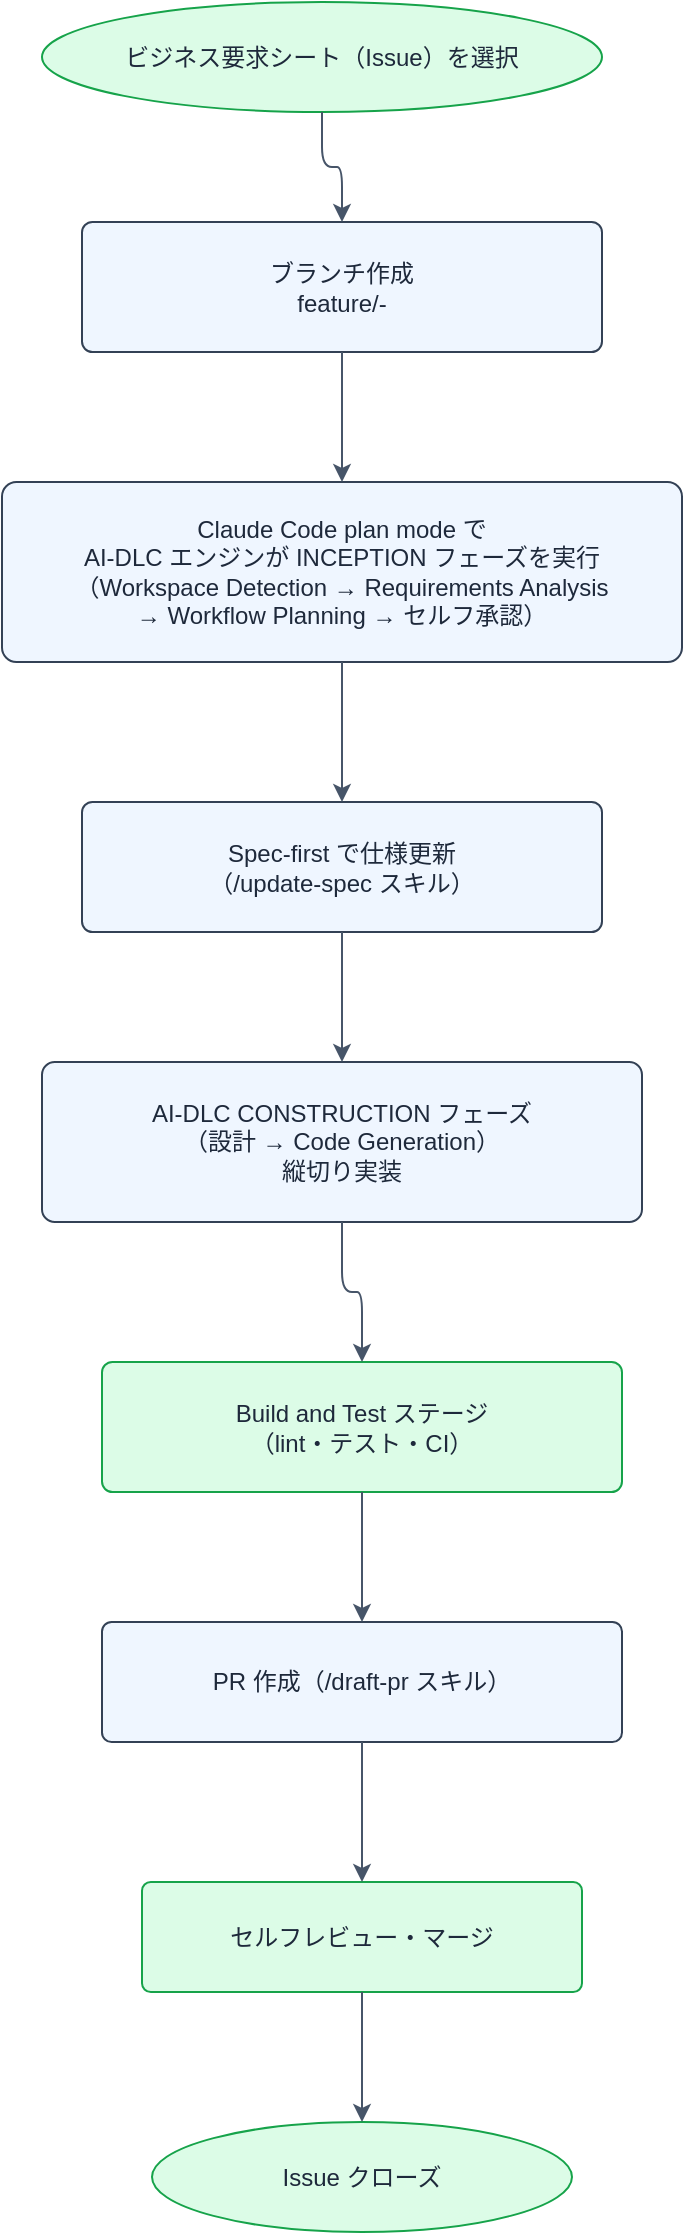
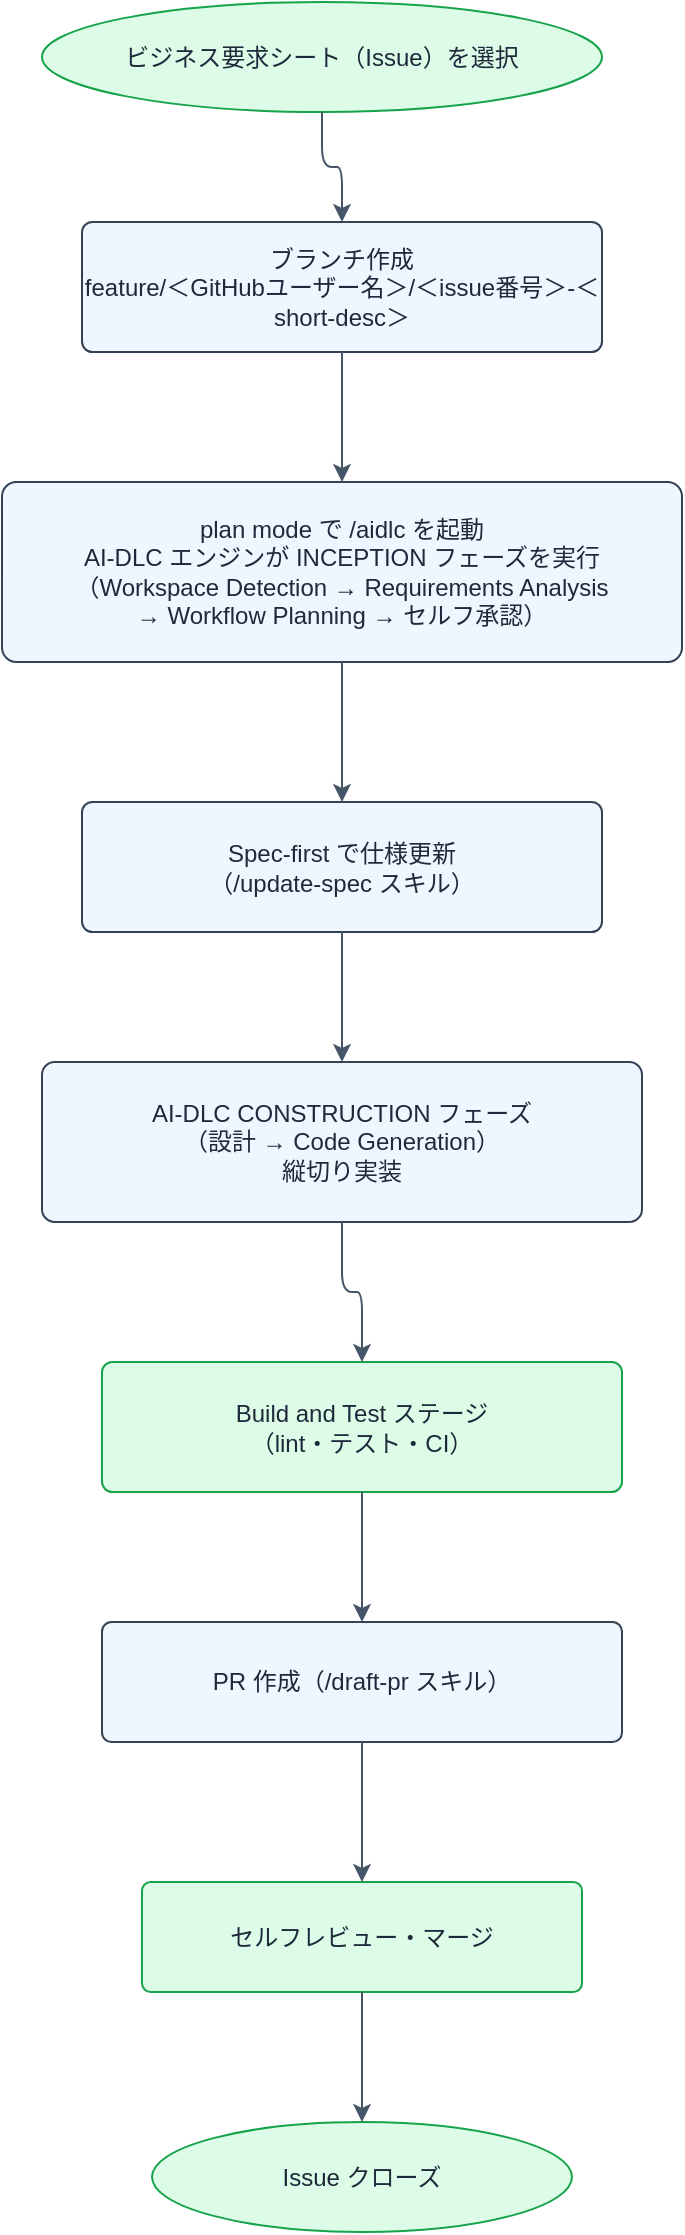
<?xml version="1.0" encoding="UTF-8"?>
<mxfile host="drawio" version="26.0.0">
  <diagram name="標準開発フロー">
    <mxGraphModel>
      <root>
        <mxCell id="0" />
        <mxCell id="1" parent="0" />
        <!-- A: ビジネス要求シート（Issue）を選択 -->
        <mxCell id="2" value="ビジネス要求シート（Issue）を選択" style="ellipse;whiteSpace=wrap;html=1;fillColor=#DCFCE7;strokeColor=#16A34A;fontColor=#1E293B;" vertex="1" parent="1">
          <mxGeometry x="240" y="20" width="280" height="55" as="geometry" />
        </mxCell>
        <!-- B: ブランチ作成 -->
-         <mxCell id="3" value="ブランチ作成&#xa;feature/&lt;issue番号&gt;-&lt;short-desc&gt;" style="rounded=1;whiteSpace=wrap;html=1;fillColor=#EFF6FF;strokeColor=#334155;fontColor=#1E293B;arcSize=8;" vertex="1" parent="1">
+         <mxCell id="3" value="ブランチ作成&#xa;feature/＜GitHubユーザー名＞/＜issue番号＞-＜short-desc＞" style="rounded=1;whiteSpace=wrap;html=1;fillColor=#EFF6FF;strokeColor=#334155;fontColor=#1E293B;arcSize=8;" vertex="1" parent="1">
          <mxGeometry x="260" y="130" width="260" height="65" as="geometry" />
        </mxCell>
        <!-- C: AI-DLC INCEPTION -->
-         <mxCell id="4" value="Claude Code plan mode で&#xa;AI-DLC エンジンが INCEPTION フェーズを実行&#xa;（Workspace Detection → Requirements Analysis&#xa;→ Workflow Planning → セルフ承認）" style="rounded=1;whiteSpace=wrap;html=1;fillColor=#EFF6FF;strokeColor=#334155;fontColor=#1E293B;arcSize=8;" vertex="1" parent="1">
+         <mxCell id="4" value="plan mode で /aidlc を起動&#xa;AI-DLC エンジンが INCEPTION フェーズを実行&#xa;（Workspace Detection → Requirements Analysis&#xa;→ Workflow Planning → セルフ承認）" style="rounded=1;whiteSpace=wrap;html=1;fillColor=#EFF6FF;strokeColor=#334155;fontColor=#1E293B;arcSize=8;" vertex="1" parent="1">
          <mxGeometry x="220" y="260" width="340" height="90" as="geometry" />
        </mxCell>
        <!-- D: Spec-first で仕様更新 -->
        <mxCell id="6" value="Spec-first で仕様更新&#xa;（/update-spec スキル）" style="rounded=1;whiteSpace=wrap;html=1;fillColor=#EFF6FF;strokeColor=#334155;fontColor=#1E293B;arcSize=8;" vertex="1" parent="1">
          <mxGeometry x="260" y="420" width="260" height="65" as="geometry" />
        </mxCell>
        <!-- E: AI-DLC CONSTRUCTION -->
        <mxCell id="7" value="AI-DLC CONSTRUCTION フェーズ&#xa;（設計 → Code Generation）&#xa;縦切り実装" style="rounded=1;whiteSpace=wrap;html=1;fillColor=#EFF6FF;strokeColor=#334155;fontColor=#1E293B;arcSize=8;" vertex="1" parent="1">
          <mxGeometry x="240" y="550" width="300" height="80" as="geometry" />
        </mxCell>
        <!-- F: Build and Test -->
        <mxCell id="8" value="Build and Test ステージ&#xa;（lint・テスト・CI）" style="rounded=1;whiteSpace=wrap;html=1;fillColor=#DCFCE7;strokeColor=#16A34A;fontColor=#1E293B;arcSize=8;" vertex="1" parent="1">
          <mxGeometry x="270" y="700" width="260" height="65" as="geometry" />
        </mxCell>
        <!-- H: PR 作成 -->
        <mxCell id="9" value="PR 作成（/draft-pr スキル）" style="rounded=1;whiteSpace=wrap;html=1;fillColor=#EFF6FF;strokeColor=#334155;fontColor=#1E293B;arcSize=8;" vertex="1" parent="1">
          <mxGeometry x="270" y="830" width="260" height="60" as="geometry" />
        </mxCell>
        <!-- I: セルフレビュー・マージ -->
        <mxCell id="11" value="セルフレビュー・マージ" style="rounded=1;whiteSpace=wrap;html=1;fillColor=#DCFCE7;strokeColor=#16A34A;fontColor=#1E293B;arcSize=8;" vertex="1" parent="1">
          <mxGeometry x="290" y="960" width="220" height="55" as="geometry" />
        </mxCell>
        <!-- J: Issue クローズ -->
        <mxCell id="12" value="Issue クローズ" style="ellipse;whiteSpace=wrap;html=1;fillColor=#DCFCE7;strokeColor=#16A34A;fontColor=#1E293B;" vertex="1" parent="1">
          <mxGeometry x="295" y="1080" width="210" height="55" as="geometry" />
        </mxCell>
        <!-- Edges -->
        <!-- A → B -->
        <mxCell id="13" value="" style="edgeStyle=orthogonalEdgeStyle;rounded=1;orthogonalLoop=1;jettySize=auto;html=1;strokeColor=#475569;" edge="1" parent="1" source="2" target="3">
          <mxGeometry relative="1" as="geometry" />
        </mxCell>
        <!-- B → C -->
        <mxCell id="14" value="" style="edgeStyle=orthogonalEdgeStyle;rounded=1;orthogonalLoop=1;jettySize=auto;html=1;strokeColor=#475569;" edge="1" parent="1" source="3" target="4">
          <mxGeometry relative="1" as="geometry" />
        </mxCell>
        <!-- C → D -->
        <mxCell id="15" value="" style="edgeStyle=orthogonalEdgeStyle;rounded=1;orthogonalLoop=1;jettySize=auto;html=1;strokeColor=#475569;" edge="1" parent="1" source="4" target="6">
          <mxGeometry relative="1" as="geometry" />
        </mxCell>
        <!-- D → E -->
        <mxCell id="18" value="" style="edgeStyle=orthogonalEdgeStyle;rounded=1;orthogonalLoop=1;jettySize=auto;html=1;strokeColor=#475569;" edge="1" parent="1" source="6" target="7">
          <mxGeometry relative="1" as="geometry" />
        </mxCell>
        <!-- E → F -->
        <mxCell id="19" value="" style="edgeStyle=orthogonalEdgeStyle;rounded=1;orthogonalLoop=1;jettySize=auto;html=1;strokeColor=#475569;" edge="1" parent="1" source="7" target="8">
          <mxGeometry relative="1" as="geometry" />
        </mxCell>
        <!-- F → H -->
        <mxCell id="20" value="" style="edgeStyle=orthogonalEdgeStyle;rounded=1;orthogonalLoop=1;jettySize=auto;html=1;strokeColor=#475569;" edge="1" parent="1" source="8" target="9">
          <mxGeometry relative="1" as="geometry" />
        </mxCell>
        <!-- H → I -->
        <mxCell id="21" value="" style="edgeStyle=orthogonalEdgeStyle;rounded=1;orthogonalLoop=1;jettySize=auto;html=1;strokeColor=#475569;" edge="1" parent="1" source="9" target="11">
          <mxGeometry relative="1" as="geometry" />
        </mxCell>
        <!-- I → J -->
        <mxCell id="24" value="" style="edgeStyle=orthogonalEdgeStyle;rounded=1;orthogonalLoop=1;jettySize=auto;html=1;strokeColor=#475569;" edge="1" parent="1" source="11" target="12">
          <mxGeometry relative="1" as="geometry" />
        </mxCell>
      </root>
    </mxGraphModel>
  </diagram>
</mxfile>
